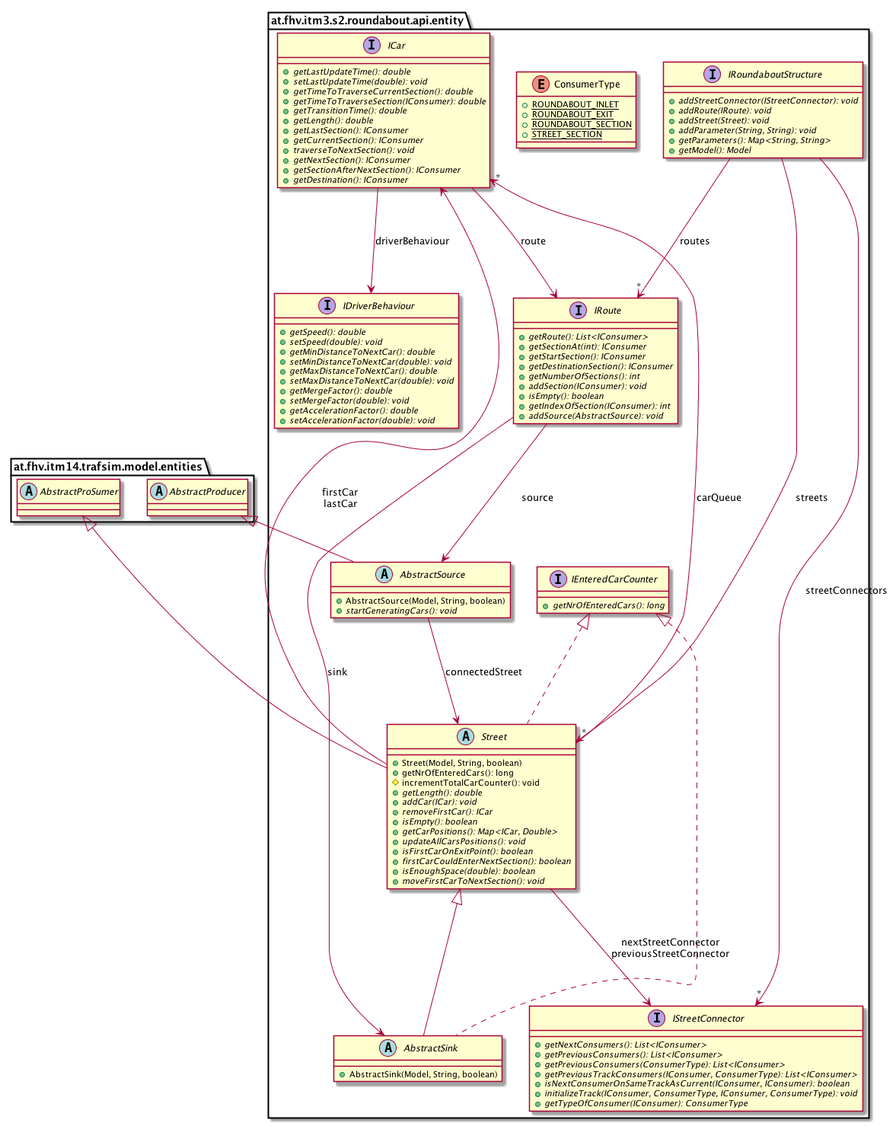
Earlier version of the PlantUML export images/uml-class/at.fhv.itm3.s2.roundabout.api.entity.package.png (sereGkaluv/Roundabout-Simulation-Library).
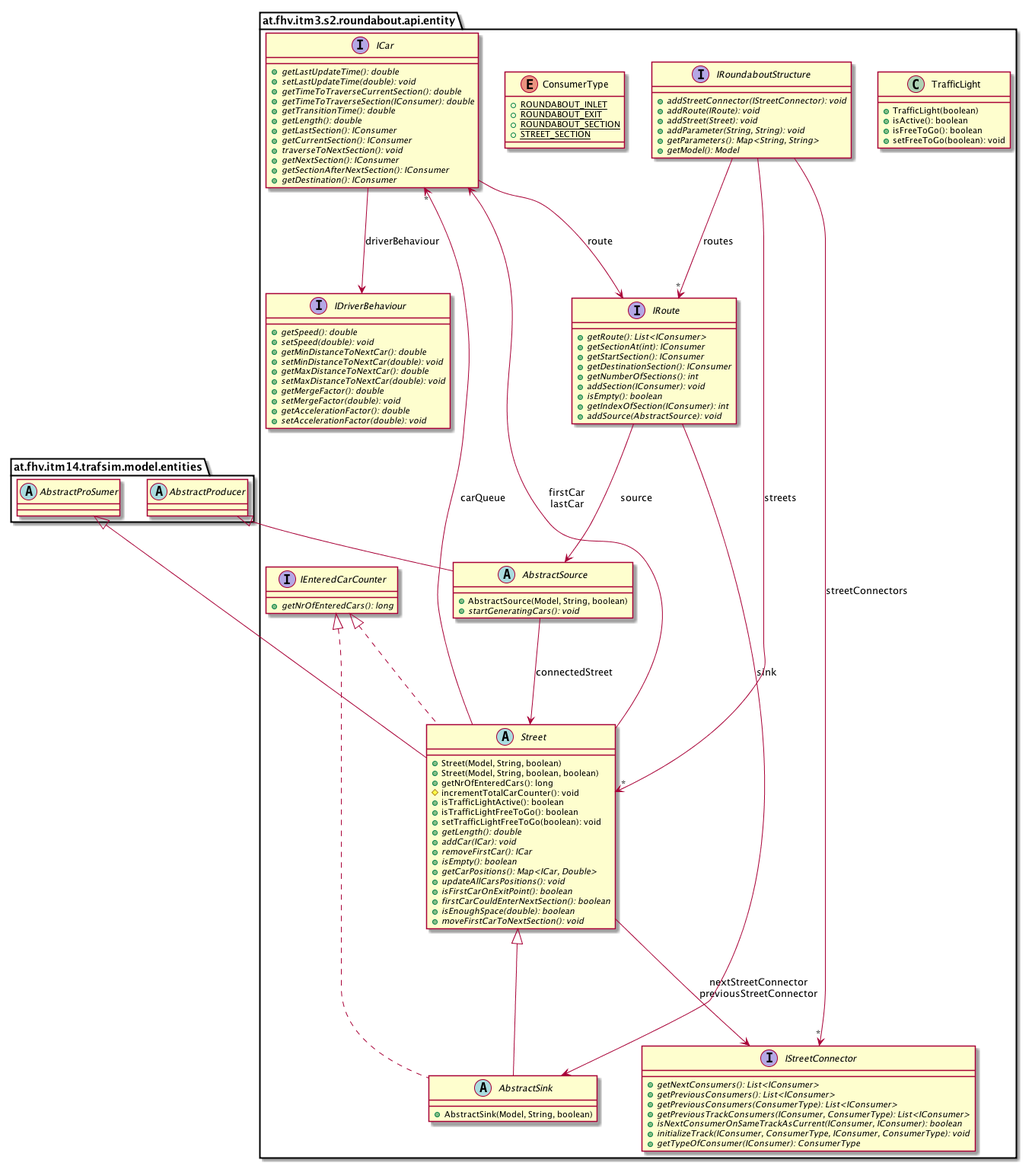
Above is the later version.

Diff of the diagram source:
```diff
@@ -13,6 +13,13 @@
             {abstract} +setMergeFactor(double): void
             {abstract} +getAccelerationFactor(): double
             {abstract} +setAccelerationFactor(double): void
+        }
+
+        class TrafficLight [[../../../../../at/fhv/itm3/s2/roundabout/api/entity/TrafficLight.html]] {
+            +TrafficLight(boolean)
+            +isActive(): boolean
+            +isFreeToGo(): boolean
+            +setFreeToGo(boolean): void
         }
 
         interface IStreetConnector [[../../../../../at/fhv/itm3/s2/roundabout/api/entity/IStreetConnector.html]] {
@@ -32,8 +39,12 @@
 
         abstract class Street [[../../../../../at/fhv/itm3/s2/roundabout/api/entity/Street.html]] {
             +Street(Model, String, boolean)
+            +Street(Model, String, boolean, boolean)
             +getNrOfEnteredCars(): long
             #incrementTotalCarCounter(): void
+            +isTrafficLightActive(): boolean
+            +isTrafficLightFreeToGo(): boolean
+            +setTrafficLightFreeToGo(boolean): void
             {abstract} +getLength(): double
             {abstract} +addCar(ICar): void
             {abstract} +removeFirstCar(): ICar
```
